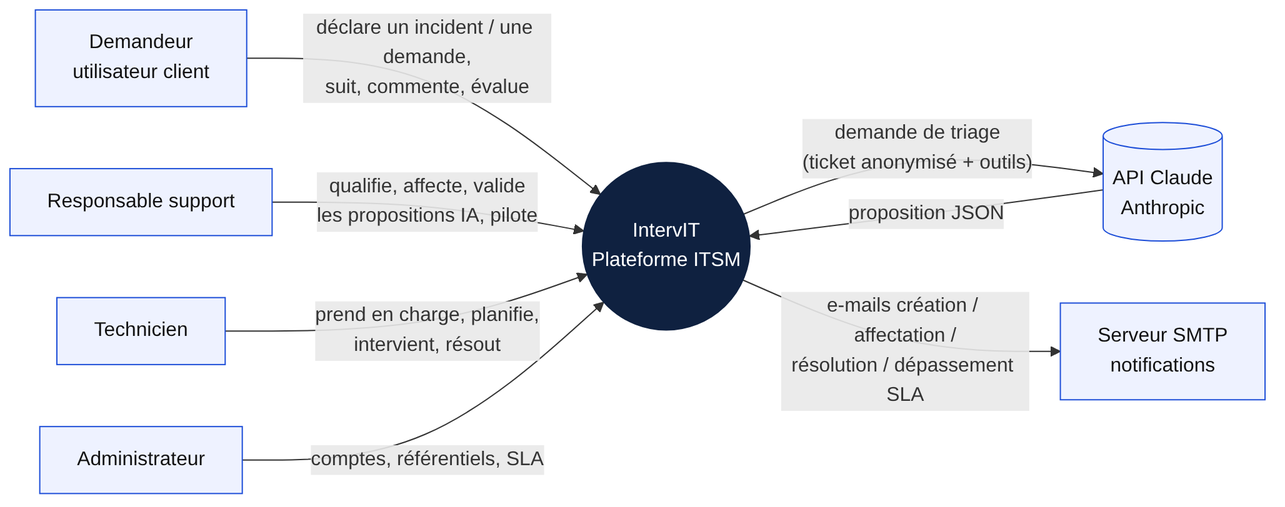
Earlier version of the Mermaid export docs/diagrams/01-contexte.png (domoufan/itsn). Its source is kept beside it as docs/diagrams/01-contexte.mmd. Its diagram source:
```mermaid
flowchart LR
    classDef ext fill:#eef2ff,stroke:#1d4ed8,color:#111
    classDef sys fill:#0f2140,stroke:#0f2140,color:#fff
    D[Demandeur<br/>utilisateur client]:::ext
    M[Responsable support]:::ext
    T[Technicien]:::ext
    A[Administrateur]:::ext
    S((ITSN<br/>Plateforme ITSM)):::sys
    IA[(API Claude<br/>Anthropic)]:::ext
    MAIL[Serveur SMTP<br/>notifications]:::ext
    D -- "déclare un incident / une demande,<br/>suit, commente, évalue" --> S
    M -- "qualifie, affecte, valide<br/>les propositions IA, pilote" --> S
    T -- "prend en charge, planifie,<br/>intervient, résout" --> S
    A -- "comptes, référentiels, SLA" --> S
    S -- "demande de triage<br/>(ticket anonymisé + outils)" --> IA
    IA -- "proposition JSON" --> S
    S -- "e-mails création / affectation /<br/>résolution / dépassement SLA" --> MAIL
```
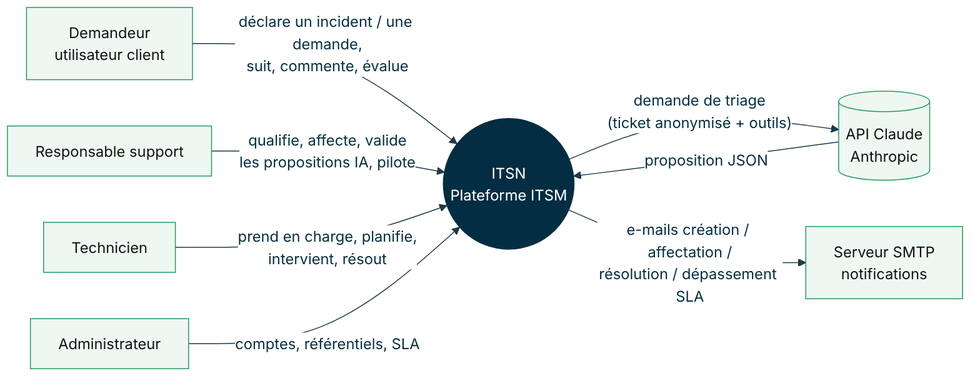
The same diagram one commit later.

Change to the diagram source:
```diff
@@ -1,6 +1,6 @@
 flowchart LR
-    classDef ext fill:#eef2ff,stroke:#1d4ed8,color:#111
-    classDef sys fill:#0f2140,stroke:#0f2140,color:#fff
+    classDef ext fill:#EEF7F2,stroke:#1F9D5A,color:#111
+    classDef sys fill:#032D42,stroke:#032D42,color:#fff
     D[Demandeur<br/>utilisateur client]:::ext
     M[Responsable support]:::ext
     T[Technicien]:::ext
```
